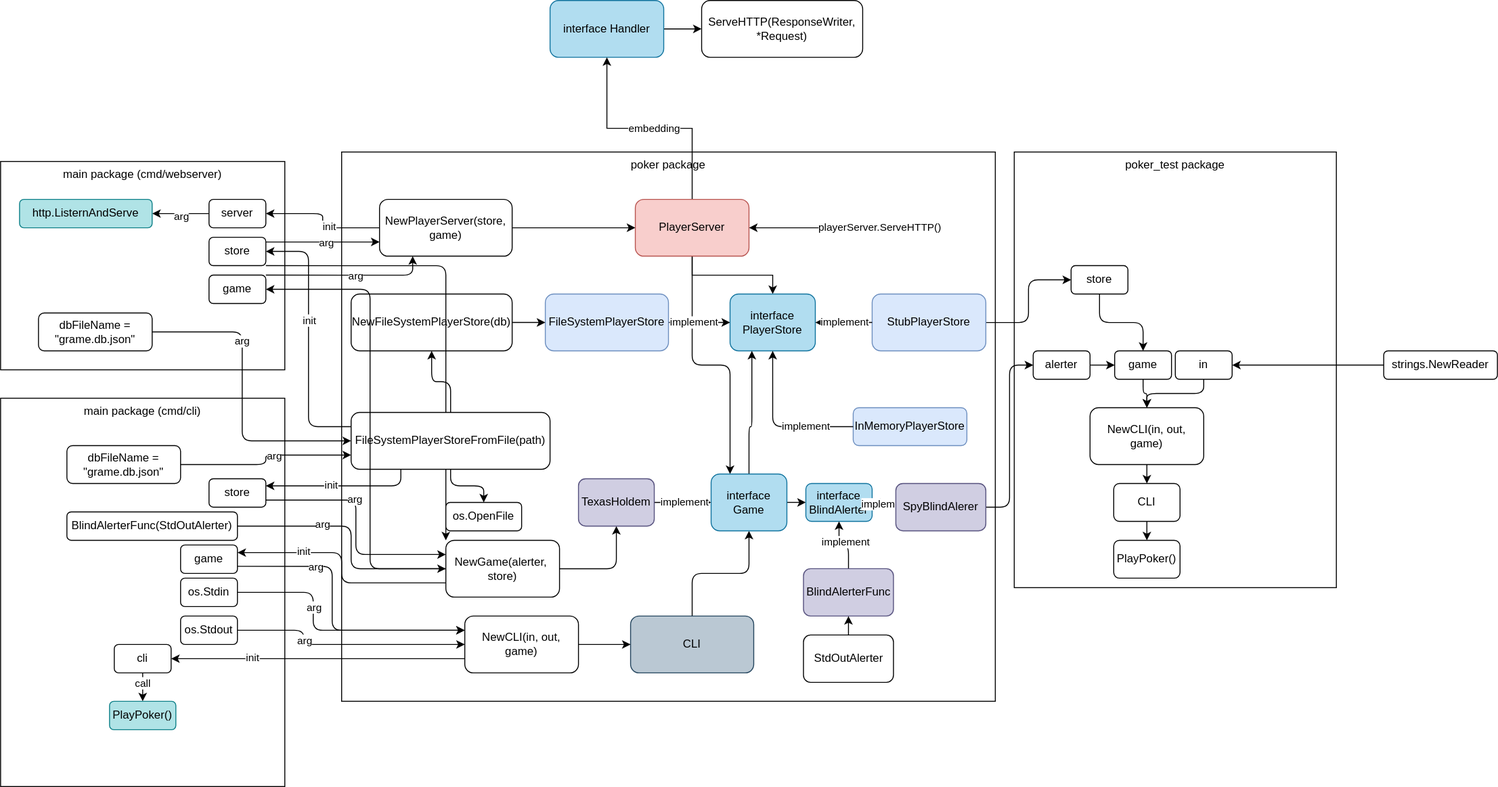
Above: learn-go-with-tests/02-build-an-application/docs/step29.drawio.svg in nakamasato/golang-training (draw.io), before the change. Source tidied: cells renumbered, new cells last; positions are measured from the earlier drawing's top-left corner, leaving out a move shared by most shapes.
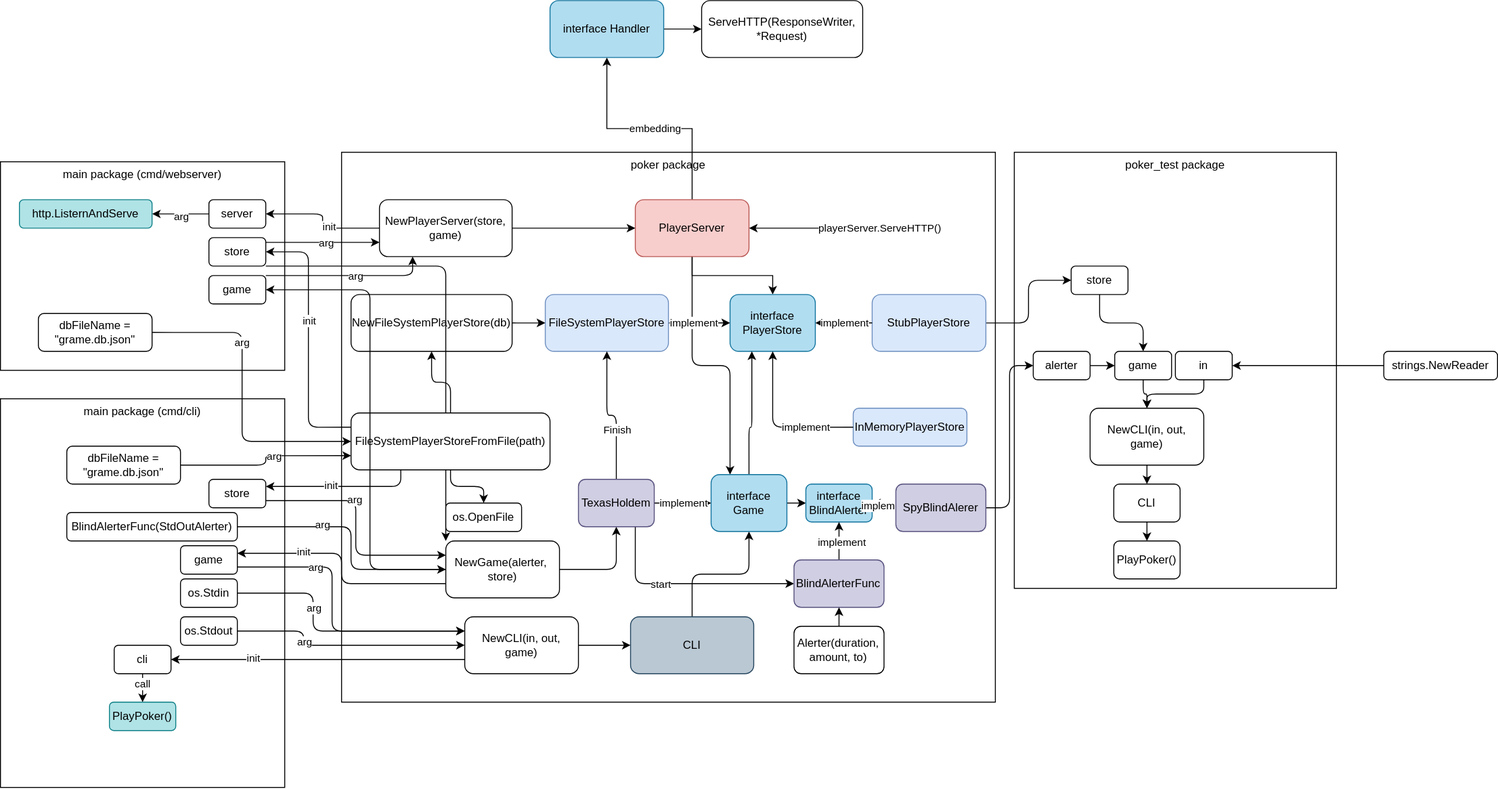
After the change.

Commit message:
[learn go with tests][02-build-an-application] Websockets Step 30: Enable BlindAlerter in WebSockets

Change to the diagram source:
```diff
@@ -365,6 +365,23 @@
     <mxCell id="97" value="implement" style="edgeLabel;html=1;align=center;verticalAlign=middle;" parent="96" vertex="1">
       <mxGeometry x="0.04" relative="1" as="geometry" />
     </mxCell>
+    <mxCell id="119" style="edgeStyle=orthogonalEdgeStyle;html=1;entryX=0;entryY=0.5;entryDx=0;entryDy=0;" parent="1" edge="1" target="105">
+      <mxGeometry relative="1" as="geometry">
+        <mxPoint x="670" y="555" as="sourcePoint" />
+        <Array as="points">
+          <mxPoint x="670" y="615" />
+        </Array>
+      </mxGeometry>
+    </mxCell>
+    <mxCell id="120" value="start" style="edgeLabel;html=1;align=center;verticalAlign=middle;" parent="119" vertex="1">
+      <mxGeometry x="-0.24" y="-1" relative="1" as="geometry" />
+    </mxCell>
+    <mxCell id="121" style="edgeStyle=orthogonalEdgeStyle;html=1;entryX=0.5;entryY=1;entryDx=0;entryDy=0;" parent="1" edge="1" source="98" target="20">
+      <mxGeometry relative="1" as="geometry" />
+    </mxCell>
+    <mxCell id="122" value="Finish" style="edgeLabel;html=1;align=center;verticalAlign=middle;" parent="121" vertex="1">
+      <mxGeometry x="-0.28" y="-1" relative="1" as="geometry" />
+    </mxCell>
     <mxCell id="98" value="TexasHoldem" style="whiteSpace=wrap;html=1;rounded=1;strokeColor=#56517e;fillColor=#d0cee2;" parent="1" vertex="1">
       <mxGeometry x="610" y="505" width="80" height="50" as="geometry" />
     </mxCell>
@@ -392,7 +409,7 @@
       <mxGeometry x="-0.08" y="-3" relative="1" as="geometry" />
     </mxCell>
     <mxCell id="105" value="BlindAlerterFunc" style="whiteSpace=wrap;html=1;rounded=1;strokeColor=#56517e;fillColor=#d0cee2;" parent="1" vertex="1">
-      <mxGeometry x="847.5" y="600" width="95" height="50" as="geometry" />
+      <mxGeometry x="837.5" y="590" width="95" height="50" as="geometry" />
     </mxCell>
     <mxCell id="106" style="edgeStyle=orthogonalEdgeStyle;html=1;" parent="1" edge="1" source="109" target="99">
       <mxGeometry relative="1" as="geometry" />
@@ -421,8 +438,8 @@
     <mxCell id="114" style="edgeStyle=orthogonalEdgeStyle;html=1;" parent="1" edge="1" source="115" target="105">
       <mxGeometry relative="1" as="geometry" />
     </mxCell>
-    <mxCell id="115" value="StdOutAlerter" style="whiteSpace=wrap;html=1;rounded=1;" parent="1" vertex="1">
-      <mxGeometry x="847.5" y="670" width="95" height="50" as="geometry" />
+    <mxCell id="115" value="Alerter(duration, amount, to)" style="whiteSpace=wrap;html=1;rounded=1;" parent="1" vertex="1">
+      <mxGeometry x="837.5" y="660" width="95" height="50" as="geometry" />
     </mxCell>
     <mxCell id="116" style="edgeStyle=orthogonalEdgeStyle;html=1;exitX=1;exitY=0;exitDx=0;exitDy=0;entryX=0.25;entryY=1;entryDx=0;entryDy=0;" parent="1" edge="1" source="118" target="27">
       <mxGeometry relative="1" as="geometry">
```
